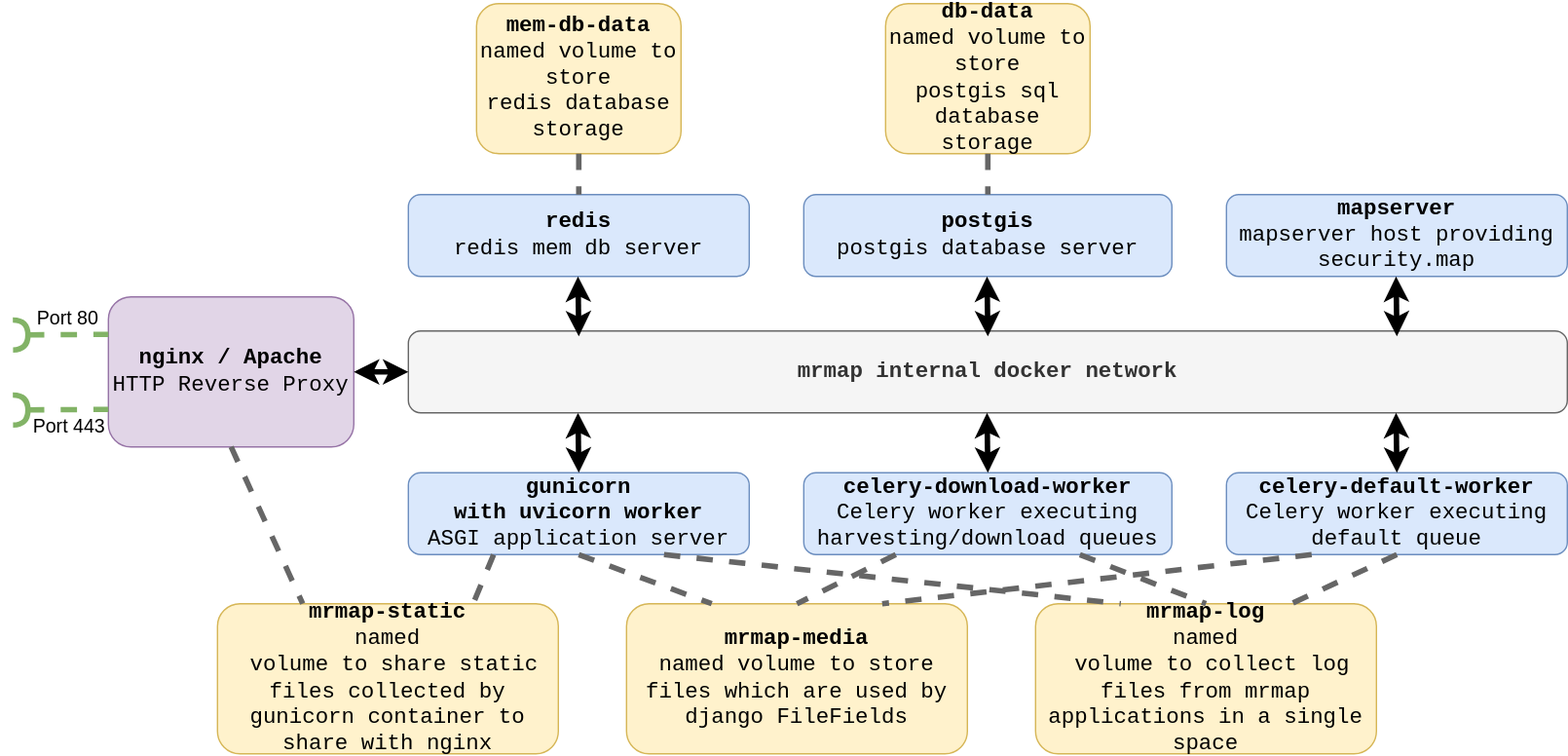
mrmap-community/mrmap keeps this draw.io diagram as docs/source/images/docker_stack.svg. Above is the earlier version. Source tidied: cells renumbered, new cells last; positions are measured from the earlier drawing's top-left corner, leaving out a move shared by most shapes.
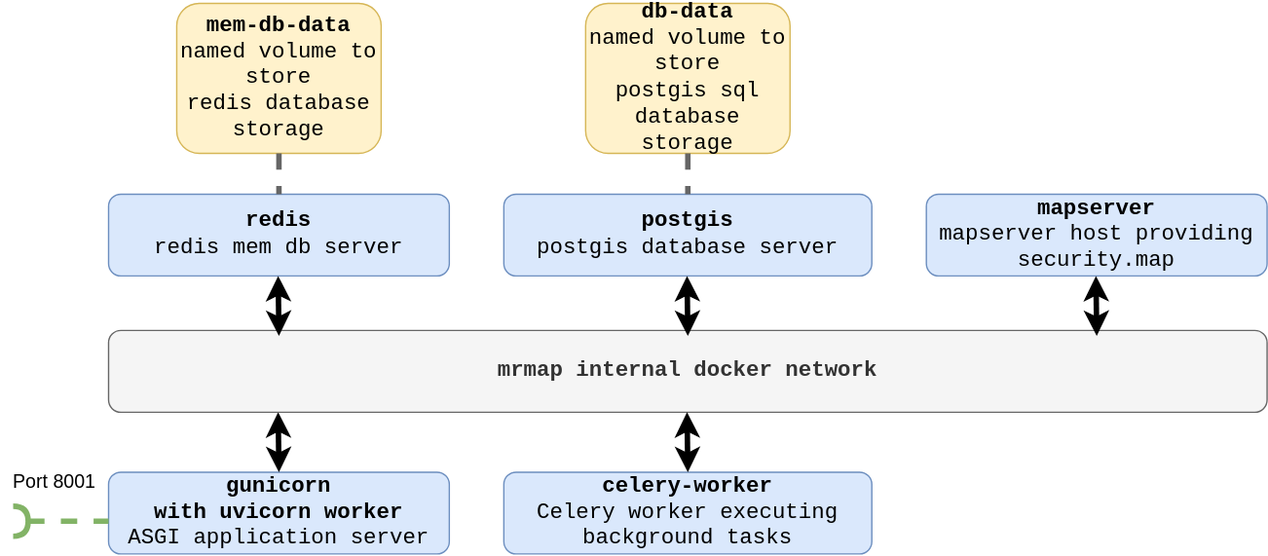
The same diagram one commit later.

What changed in the source:
```diff
@@ -2,26 +2,20 @@
   <root>
     <mxCell id="0" />
     <mxCell id="1" parent="0" />
-    <mxCell id="2" value="&lt;div style=&quot;font-size: 16px&quot;&gt;&lt;font&gt;&lt;b style=&quot;font-size: 16px&quot;&gt;&lt;font style=&quot;font-size: 16px&quot;&gt;nginx / Apache&lt;/font&gt;&lt;/b&gt;&lt;/font&gt;&lt;/div&gt;&lt;div style=&quot;font-size: 16px&quot;&gt;&lt;font style=&quot;font-size: 16px&quot;&gt;HTTP Reverse Proxy&lt;br style=&quot;font-size: 16px&quot;&gt;&lt;/font&gt;&lt;/div&gt;" style="rounded=1;whiteSpace=wrap;html=1;fillColor=#e1d5e7;strokeColor=#9673a6;fontFamily=Courier New;fontSize=16;" parent="1" vertex="1">
-      <mxGeometry x="70" y="215" width="180" height="110" as="geometry" />
-    </mxCell>
     <mxCell id="3" value="&lt;div style=&quot;font-size: 16px&quot;&gt;&lt;b&gt;gunicorn&lt;/b&gt;&lt;/div&gt;&lt;div style=&quot;font-size: 16px&quot;&gt;&lt;b&gt;with uvicorn worker&lt;/b&gt;&lt;/div&gt;&lt;div style=&quot;font-size: 16px&quot;&gt;&lt;font&gt;ASGI application server&lt;/font&gt;&lt;font style=&quot;font-size: 16px&quot;&gt;&lt;br style=&quot;font-size: 16px&quot;&gt;&lt;/font&gt;&lt;/div&gt;" style="rounded=1;whiteSpace=wrap;html=1;fillColor=#dae8fc;strokeColor=#6c8ebf;fontFamily=Courier New;fontSize=16;" parent="1" vertex="1">
       <mxGeometry x="290" y="344" width="250" height="60" as="geometry" />
     </mxCell>
-    <mxCell id="4" style="endArrow=classic;html=1;fontFamily=Verdana;fontSize=16;entryX=0.5;entryY=0;entryDx=0;entryDy=0;exitX=0.214;exitY=1;exitDx=0;exitDy=0;exitPerimeter=0;strokeWidth=4;startArrow=classic;startFill=1;" parent="1" edge="1" target="3">
-      <mxGeometry relative="1" as="geometry">
-        <mxPoint x="414.4" y="300" as="sourcePoint" />
-      </mxGeometry>
-    </mxCell>
+    <mxCell id="36" style="endArrow=classic;html=1;fontFamily=Verdana;fontSize=16;entryX=0.5;entryY=0;entryDx=0;entryDy=0;exitX=0.214;exitY=1;exitDx=0;exitDy=0;exitPerimeter=0;strokeWidth=4;startArrow=classic;startFill=1;" parent="1" edge="1" target="3">
+      <mxGeometry relative="1" as="geometry">
+        <mxPoint x="414.4" y="300" as="sourcePoint" />
+      </mxGeometry>
+    </mxCell>
     <mxCell id="5" value="&lt;b&gt;mrmap internal docker network&lt;/b&gt;" style="rounded=1;whiteSpace=wrap;html=1;fillColor=#f5f5f5;strokeColor=#666666;fontFamily=Courier New;fontSize=16;fontColor=#333333;" parent="1" vertex="1">
       <mxGeometry x="290" y="240" width="850" height="60" as="geometry" />
     </mxCell>
-    <mxCell id="6" value="&lt;div style=&quot;font-size: 16px&quot;&gt;&lt;b&gt;celery-default-worker&lt;/b&gt;&lt;/div&gt;&lt;div style=&quot;font-size: 16px&quot;&gt;&lt;span&gt;Celery worker executing default queue&lt;/span&gt;&lt;br&gt;&lt;/div&gt;" style="rounded=1;whiteSpace=wrap;html=1;fillColor=#dae8fc;strokeColor=#6c8ebf;fontFamily=Courier New;fontSize=16;" parent="1" vertex="1">
-      <mxGeometry x="890" y="344" width="250" height="60" as="geometry" />
-    </mxCell>
-    <mxCell id="7" value="&lt;div style=&quot;font-size: 16px&quot;&gt;&lt;b&gt;celery-download-worker&lt;/b&gt;&lt;/div&gt;&lt;div style=&quot;font-size: 16px&quot;&gt;&lt;span&gt;Celery worker executing harvesting/download queues&lt;/span&gt;&lt;br&gt;&lt;/div&gt;" style="rounded=1;whiteSpace=wrap;html=1;fillColor=#dae8fc;strokeColor=#6c8ebf;fontFamily=Courier New;fontSize=16;" parent="1" vertex="1">
-      <mxGeometry x="580" y="344" width="270" height="60" as="geometry" />
-    </mxCell>
+    <mxCell id="37" value="&lt;div style=&quot;font-size: 16px&quot;&gt;&lt;b&gt;celery-worker&lt;/b&gt;&lt;/div&gt;&lt;div style=&quot;font-size: 16px&quot;&gt;&lt;span&gt;Celery worker executing background tasks&lt;/span&gt;&lt;br&gt;&lt;/div&gt;" style="rounded=1;whiteSpace=wrap;html=1;fillColor=#dae8fc;strokeColor=#6c8ebf;fontFamily=Courier New;fontSize=16;" parent="1" vertex="1">
+      <mxGeometry x="580" y="344" width="270" height="60" as="geometry" />
+    </mxCell>
     <mxCell id="8" value="&lt;div style=&quot;font-size: 16px&quot;&gt;&lt;span&gt;&lt;b&gt;postgis&lt;/b&gt;&lt;/span&gt;&lt;/div&gt;&lt;div style=&quot;font-size: 16px&quot;&gt;&lt;span&gt;postgis database server&lt;/span&gt;&lt;br&gt;&lt;/div&gt;" style="rounded=1;whiteSpace=wrap;html=1;fillColor=#dae8fc;strokeColor=#6c8ebf;fontFamily=Courier New;fontSize=16;" parent="1" vertex="1">
       <mxGeometry x="580" y="140" width="270" height="60" as="geometry" />
     </mxCell>
@@ -31,103 +25,52 @@
     <mxCell id="10" value="&lt;div style=&quot;font-size: 16px&quot;&gt;&lt;span&gt;&lt;b&gt;mapserver&lt;/b&gt;&lt;/span&gt;&lt;/div&gt;&lt;div style=&quot;font-size: 16px&quot;&gt;&lt;span&gt;mapserver host providing security.map&lt;/span&gt;&lt;br&gt;&lt;/div&gt;" style="rounded=1;whiteSpace=wrap;html=1;fillColor=#dae8fc;strokeColor=#6c8ebf;fontFamily=Courier New;fontSize=16;" parent="1" vertex="1">
       <mxGeometry x="890" y="140" width="250" height="60" as="geometry" />
     </mxCell>
-    <mxCell id="11" value="&lt;div style=&quot;font-size: 16px&quot;&gt;&lt;span&gt;&lt;b&gt;mrmap-static&lt;/b&gt;&lt;/span&gt;&lt;/div&gt;named&lt;div style=&quot;font-size: 16px&quot;&gt;&lt;span&gt;&amp;nbsp;volume to share static files collected by gunicorn container to share with nginx&lt;/span&gt;&lt;br&gt;&lt;/div&gt;" style="rounded=1;whiteSpace=wrap;html=1;fillColor=#fff2cc;strokeColor=#d6b656;fontFamily=Courier New;fontSize=16;" parent="1" vertex="1">
-      <mxGeometry x="150" y="440" width="250" height="110" as="geometry" />
-    </mxCell>
-    <mxCell id="12" value="&lt;div style=&quot;font-size: 16px&quot;&gt;&lt;span&gt;&lt;b&gt;mrmap-media&lt;/b&gt;&lt;/span&gt;&lt;/div&gt;&lt;div style=&quot;font-size: 16px&quot;&gt;&lt;span&gt;named volume to store files which are used by django FileFields&lt;/span&gt;&lt;br&gt;&lt;/div&gt;" style="rounded=1;whiteSpace=wrap;html=1;fillColor=#fff2cc;strokeColor=#d6b656;fontFamily=Courier New;fontSize=16;" parent="1" vertex="1">
-      <mxGeometry x="450" y="440" width="250" height="110" as="geometry" />
-    </mxCell>
-    <mxCell id="13" value="&lt;div style=&quot;font-size: 16px&quot;&gt;&lt;span&gt;&lt;b&gt;mrmap-log&lt;/b&gt;&lt;/span&gt;&lt;/div&gt;named&lt;div style=&quot;font-size: 16px&quot;&gt;&lt;span&gt;&amp;nbsp;volume to collect log files from mrmap applications in a single space&lt;/span&gt;&lt;br&gt;&lt;/div&gt;" style="rounded=1;whiteSpace=wrap;html=1;fillColor=#fff2cc;strokeColor=#d6b656;fontFamily=Courier New;fontSize=16;" parent="1" vertex="1">
-      <mxGeometry x="750" y="440" width="250" height="110" as="geometry" />
-    </mxCell>
     <mxCell id="14" value="&lt;div style=&quot;font-size: 16px&quot;&gt;&lt;span&gt;&lt;b&gt;db-data&lt;/b&gt;&lt;/span&gt;&lt;/div&gt;named volume to store&lt;div style=&quot;font-size: 16px&quot;&gt;&lt;span&gt;postgis sql database storage&lt;/span&gt;&lt;br&gt;&lt;/div&gt;" style="rounded=1;whiteSpace=wrap;html=1;fillColor=#fff2cc;strokeColor=#d6b656;fontFamily=Courier New;fontSize=16;" parent="1" vertex="1">
       <mxGeometry x="640" width="150" height="110" as="geometry" />
     </mxCell>
     <mxCell id="15" value="&lt;div style=&quot;font-size: 16px&quot;&gt;&lt;span&gt;&lt;b&gt;mem-db-data&lt;/b&gt;&lt;/span&gt;&lt;/div&gt;named volume to store&lt;div style=&quot;font-size: 16px&quot;&gt;&lt;span&gt;redis database storage&lt;/span&gt;&lt;br&gt;&lt;/div&gt;" style="rounded=1;whiteSpace=wrap;html=1;fillColor=#fff2cc;strokeColor=#d6b656;fontFamily=Courier New;fontSize=16;" parent="1" vertex="1">
       <mxGeometry x="340" width="150" height="110" as="geometry" />
     </mxCell>
-    <mxCell id="16" style="endArrow=classic;html=1;fontFamily=Verdana;fontSize=16;entryX=0.5;entryY=0;entryDx=0;entryDy=0;exitX=0.214;exitY=1;exitDx=0;exitDy=0;exitPerimeter=0;strokeWidth=4;startArrow=classic;startFill=1;" parent="1" edge="1">
-      <mxGeometry relative="1" as="geometry">
-        <mxPoint x="714.4" y="300" as="sourcePoint" />
-        <mxPoint x="715" y="344" as="targetPoint" />
-      </mxGeometry>
-    </mxCell>
-    <mxCell id="17" style="endArrow=classic;html=1;fontFamily=Verdana;fontSize=16;entryX=0.5;entryY=0;entryDx=0;entryDy=0;exitX=0.214;exitY=1;exitDx=0;exitDy=0;exitPerimeter=0;strokeWidth=4;startArrow=classic;startFill=1;" parent="1" edge="1">
-      <mxGeometry relative="1" as="geometry">
-        <mxPoint x="1014.4" y="300" as="sourcePoint" />
-        <mxPoint x="1015" y="344" as="targetPoint" />
-      </mxGeometry>
-    </mxCell>
-    <mxCell id="18" style="endArrow=classic;html=1;fontFamily=Verdana;fontSize=16;entryX=0.5;entryY=0;entryDx=0;entryDy=0;exitX=0.214;exitY=1;exitDx=0;exitDy=0;exitPerimeter=0;strokeWidth=4;startArrow=classic;startFill=1;" parent="1" edge="1">
-      <mxGeometry relative="1" as="geometry">
-        <mxPoint x="1014.4" y="200" as="sourcePoint" />
-        <mxPoint x="1015" y="244" as="targetPoint" />
-      </mxGeometry>
-    </mxCell>
-    <mxCell id="19" style="endArrow=classic;html=1;fontFamily=Verdana;fontSize=16;entryX=0.5;entryY=0;entryDx=0;entryDy=0;exitX=0.214;exitY=1;exitDx=0;exitDy=0;exitPerimeter=0;strokeWidth=4;startArrow=classic;startFill=1;" parent="1" edge="1">
-      <mxGeometry relative="1" as="geometry">
-        <mxPoint x="714.4" y="200" as="sourcePoint" />
-        <mxPoint x="715" y="244" as="targetPoint" />
-      </mxGeometry>
-    </mxCell>
-    <mxCell id="20" style="endArrow=classic;html=1;fontFamily=Verdana;fontSize=16;entryX=0.5;entryY=0;entryDx=0;entryDy=0;exitX=0.214;exitY=1;exitDx=0;exitDy=0;exitPerimeter=0;strokeWidth=4;startArrow=classic;startFill=1;" parent="1" edge="1">
-      <mxGeometry relative="1" as="geometry">
-        <mxPoint x="414.4" y="200" as="sourcePoint" />
-        <mxPoint x="415" y="244" as="targetPoint" />
-      </mxGeometry>
-    </mxCell>
-    <mxCell id="21" style="endArrow=classic;html=1;fontFamily=Verdana;fontSize=16;entryX=0;entryY=0.5;entryDx=0;entryDy=0;exitX=1;exitY=0.5;exitDx=0;exitDy=0;strokeWidth=4;startArrow=classic;startFill=1;" parent="1" edge="1" source="2" target="5">
-      <mxGeometry relative="1" as="geometry" />
-    </mxCell>
-    <mxCell id="22" style="endArrow=none;html=1;fontFamily=Verdana;fontSize=16;entryX=0.25;entryY=0;entryDx=0;entryDy=0;exitX=0.5;exitY=1;exitDx=0;exitDy=0;strokeWidth=4;startArrow=none;startFill=0;endFill=0;dashed=1;fillColor=#f5f5f5;strokeColor=#666666;" parent="1" edge="1" source="2" target="11">
-      <mxGeometry relative="1" as="geometry" />
-    </mxCell>
-    <mxCell id="23" style="endArrow=none;html=1;fontFamily=Verdana;fontSize=16;entryX=0.75;entryY=0;entryDx=0;entryDy=0;exitX=0.25;exitY=1;exitDx=0;exitDy=0;strokeWidth=4;startArrow=none;startFill=0;endFill=0;dashed=1;fillColor=#f5f5f5;strokeColor=#666666;" parent="1" edge="1" source="3" target="11">
-      <mxGeometry relative="1" as="geometry" />
-    </mxCell>
-    <mxCell id="24" style="endArrow=none;html=1;fontFamily=Verdana;fontSize=16;entryX=0.25;entryY=0;entryDx=0;entryDy=0;exitX=0.5;exitY=1;exitDx=0;exitDy=0;strokeWidth=4;startArrow=none;startFill=0;endFill=0;dashed=1;fillColor=#f5f5f5;strokeColor=#666666;" parent="1" edge="1" source="3" target="12">
-      <mxGeometry relative="1" as="geometry" />
-    </mxCell>
-    <mxCell id="25" style="endArrow=none;html=1;fontFamily=Verdana;fontSize=16;entryX=0.5;entryY=0;entryDx=0;entryDy=0;exitX=0.25;exitY=1;exitDx=0;exitDy=0;strokeWidth=4;startArrow=none;startFill=0;endFill=0;dashed=1;fillColor=#f5f5f5;strokeColor=#666666;" parent="1" edge="1" source="7" target="12">
-      <mxGeometry relative="1" as="geometry" />
-    </mxCell>
-    <mxCell id="26" style="endArrow=none;html=1;fontFamily=Verdana;fontSize=16;entryX=0.75;entryY=0;entryDx=0;entryDy=0;exitX=0.25;exitY=1;exitDx=0;exitDy=0;strokeWidth=4;startArrow=none;startFill=0;endFill=0;dashed=1;fillColor=#f5f5f5;strokeColor=#666666;" parent="1" edge="1" source="6" target="12">
-      <mxGeometry relative="1" as="geometry" />
-    </mxCell>
-    <mxCell id="27" style="endArrow=none;html=1;fontFamily=Verdana;fontSize=16;entryX=0.75;entryY=0;entryDx=0;entryDy=0;exitX=0.5;exitY=1;exitDx=0;exitDy=0;strokeWidth=4;startArrow=none;startFill=0;endFill=0;dashed=1;fillColor=#f5f5f5;strokeColor=#666666;" parent="1" edge="1" source="6" target="13">
-      <mxGeometry relative="1" as="geometry" />
-    </mxCell>
-    <mxCell id="28" style="endArrow=none;html=1;fontFamily=Verdana;fontSize=16;entryX=0.5;entryY=0;entryDx=0;entryDy=0;exitX=0.75;exitY=1;exitDx=0;exitDy=0;strokeWidth=4;startArrow=none;startFill=0;endFill=0;dashed=1;fillColor=#f5f5f5;strokeColor=#666666;" parent="1" edge="1" source="7" target="13">
-      <mxGeometry relative="1" as="geometry" />
-    </mxCell>
-    <mxCell id="29" style="endArrow=none;html=1;fontFamily=Verdana;fontSize=16;entryX=0.25;entryY=0;entryDx=0;entryDy=0;strokeWidth=4;startArrow=none;startFill=0;endFill=0;dashed=1;exitX=0.75;exitY=1;exitDx=0;exitDy=0;fillColor=#f5f5f5;strokeColor=#666666;" parent="1" edge="1" source="3" target="13">
-      <mxGeometry relative="1" as="geometry" />
-    </mxCell>
+    <mxCell id="38" style="endArrow=classic;html=1;fontFamily=Verdana;fontSize=16;entryX=0.5;entryY=0;entryDx=0;entryDy=0;exitX=0.214;exitY=1;exitDx=0;exitDy=0;exitPerimeter=0;strokeWidth=4;startArrow=classic;startFill=1;" parent="1" edge="1">
+      <mxGeometry relative="1" as="geometry">
+        <mxPoint x="714.4" y="300" as="sourcePoint" />
+        <mxPoint x="715" y="344" as="targetPoint" />
+      </mxGeometry>
+    </mxCell>
+    <mxCell id="39" style="endArrow=classic;html=1;fontFamily=Verdana;fontSize=16;entryX=0.5;entryY=0;entryDx=0;entryDy=0;exitX=0.214;exitY=1;exitDx=0;exitDy=0;exitPerimeter=0;strokeWidth=4;startArrow=classic;startFill=1;" parent="1" edge="1">
+      <mxGeometry relative="1" as="geometry">
+        <mxPoint x="1014.4" y="200" as="sourcePoint" />
+        <mxPoint x="1015" y="244" as="targetPoint" />
+      </mxGeometry>
+    </mxCell>
+    <mxCell id="40" style="endArrow=classic;html=1;fontFamily=Verdana;fontSize=16;entryX=0.5;entryY=0;entryDx=0;entryDy=0;exitX=0.214;exitY=1;exitDx=0;exitDy=0;exitPerimeter=0;strokeWidth=4;startArrow=classic;startFill=1;" parent="1" edge="1">
+      <mxGeometry relative="1" as="geometry">
+        <mxPoint x="714.4" y="200" as="sourcePoint" />
+        <mxPoint x="715" y="244" as="targetPoint" />
+      </mxGeometry>
+    </mxCell>
+    <mxCell id="41" style="endArrow=classic;html=1;fontFamily=Verdana;fontSize=16;entryX=0.5;entryY=0;entryDx=0;entryDy=0;exitX=0.214;exitY=1;exitDx=0;exitDy=0;exitPerimeter=0;strokeWidth=4;startArrow=classic;startFill=1;" parent="1" edge="1">
+      <mxGeometry relative="1" as="geometry">
+        <mxPoint x="414.4" y="200" as="sourcePoint" />
+        <mxPoint x="415" y="244" as="targetPoint" />
+      </mxGeometry>
+    </mxCell>
     <mxCell id="30" style="endArrow=none;html=1;fontFamily=Verdana;fontSize=16;entryX=0.5;entryY=0;entryDx=0;entryDy=0;exitX=0.5;exitY=1;exitDx=0;exitDy=0;strokeWidth=4;startArrow=none;startFill=0;endFill=0;dashed=1;fillColor=#f5f5f5;strokeColor=#666666;" parent="1" edge="1" source="15" target="9">
       <mxGeometry relative="1" as="geometry" />
     </mxCell>
     <mxCell id="31" style="endArrow=none;html=1;fontFamily=Verdana;fontSize=16;entryX=0.5;entryY=0;entryDx=0;entryDy=0;exitX=0.5;exitY=1;exitDx=0;exitDy=0;strokeWidth=4;startArrow=none;startFill=0;endFill=0;dashed=1;fillColor=#f5f5f5;strokeColor=#666666;" parent="1" edge="1" source="14" target="8">
       <mxGeometry relative="1" as="geometry" />
     </mxCell>
-    <mxCell id="32" style="endArrow=none;html=1;fontFamily=Verdana;fontSize=16;entryX=0;entryY=0.25;entryDx=0;entryDy=0;strokeWidth=4;startArrow=halfCircle;startFill=0;endFill=0;dashed=1;fillColor=#d5e8d4;strokeColor=#82b366;" parent="1" edge="1" target="2">
-      <mxGeometry relative="1" as="geometry">
-        <mxPoint y="243" as="sourcePoint" />
-      </mxGeometry>
-    </mxCell>
-    <mxCell id="33" value="&lt;font style=&quot;font-size: 14px&quot;&gt;Port 80&lt;/font&gt;" style="edgeLabel;html=1;align=center;verticalAlign=middle;" parent="32" vertex="1">
-      <mxGeometry x="-0.29" y="-1" relative="1" as="geometry">
-        <mxPoint x="15" y="-14" as="offset" />
-      </mxGeometry>
-    </mxCell>
-    <mxCell id="34" style="endArrow=none;html=1;fontFamily=Verdana;fontSize=16;entryX=0;entryY=0.75;entryDx=0;entryDy=0;strokeWidth=4;startArrow=halfCircle;startFill=0;endFill=0;dashed=1;fillColor=#d5e8d4;strokeColor=#82b366;" parent="1" edge="1" target="2">
-      <mxGeometry relative="1" as="geometry">
-        <mxPoint y="298" as="sourcePoint" />
-      </mxGeometry>
-    </mxCell>
-    <mxCell id="35" value="&lt;font style=&quot;font-size: 14px&quot;&gt;Port 443&lt;/font&gt;" style="edgeLabel;html=1;align=center;verticalAlign=middle;" parent="34" vertex="1">
-      <mxGeometry x="0.29" y="1" relative="1" as="geometry">
-        <mxPoint x="-5" y="13" as="offset" />
-      </mxGeometry>
-    </mxCell>
+    <mxCell id="42" style="endArrow=none;html=1;fontFamily=Verdana;fontSize=16;entryX=0;entryY=0.25;entryDx=0;entryDy=0;strokeWidth=4;startArrow=halfCircle;startFill=0;endFill=0;dashed=1;fillColor=#d5e8d4;strokeColor=#82b366;" parent="1" edge="1">
+      <mxGeometry relative="1" as="geometry">
+        <mxPoint x="220" y="380" as="sourcePoint" />
+        <mxPoint x="290" y="380" as="targetPoint" />
+      </mxGeometry>
+    </mxCell>
+    <mxCell id="43" value="&lt;font style=&quot;font-size: 14px&quot;&gt;Port 8001&lt;/font&gt;" style="edgeLabel;html=1;align=center;verticalAlign=middle;" parent="42" vertex="1">
+      <mxGeometry x="-0.29" y="-1" relative="1" as="geometry">
+        <mxPoint x="5" y="-31" as="offset" />
+      </mxGeometry>
+    </mxCell>
   </root>
 </mxGraphModel>
```
